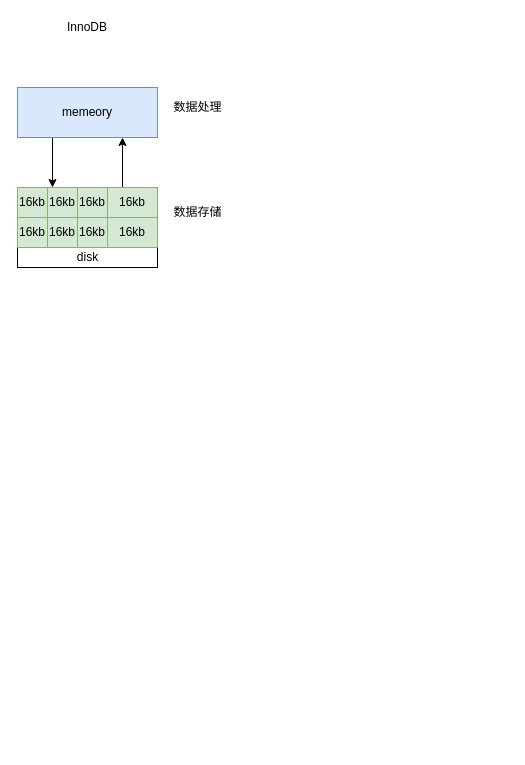
The draw.io diagram Mysql/Mysql.drawio in oliverschen/draw.io, before the edit. Source tidied: cells renumbered, new cells numbered last; positions are measured from the earlier drawing's top-left corner, leaving out a move shared by most shapes. Both pictures are drawn from the tidied source at 100%, with x=0, y=0 at pixel (17, 17).
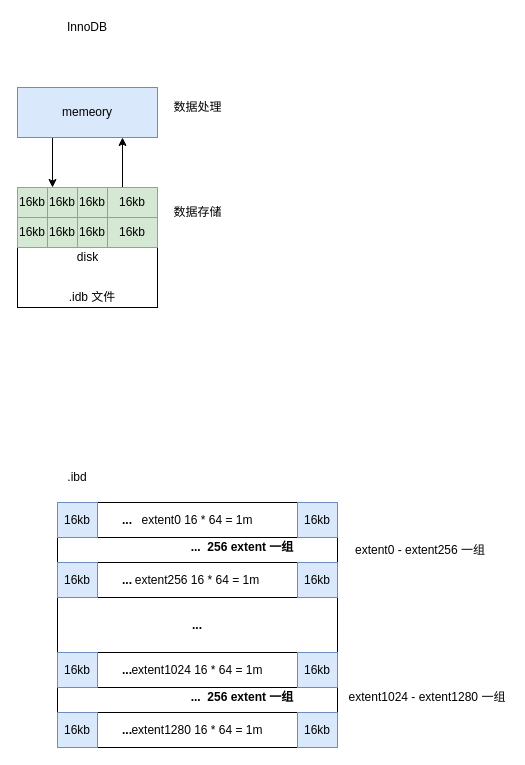
The same diagram, later.

Commit message:
MySQL表空间信息

Diff of the diagram source:
```diff
@@
     <mxCell id="7" style="rounded=0;whiteSpace=wrap;html=1;" parent="1" vertex="1">
-      <mxGeometry y="170" width="140" height="80" as="geometry" />
+      <mxGeometry y="170" width="140" height="120" as="geometry" />
     </mxCell>
@@
+    <mxCell id="18" value=".idb&amp;nbsp;文件" style="text;html=1;strokeColor=none;fillColor=none;align=center;verticalAlign=middle;whiteSpace=wrap;rounded=0;" parent="1" vertex="1">
+      <mxGeometry x="50" y="270" width="50" height="20" as="geometry" />
+    </mxCell>
+    <mxCell id="19" style="edgeStyle=orthogonalEdgeStyle;rounded=0;orthogonalLoop=1;jettySize=auto;html=1;exitX=0.5;exitY=1;exitDx=0;exitDy=0;" parent="1" edge="1" source="18" target="18">
+      <mxGeometry relative="1" as="geometry" />
+    </mxCell>
+    <mxCell id="20" style="rounded=0;whiteSpace=wrap;html=1;" parent="1" vertex="1">
+      <mxGeometry x="40" y="485" width="280" height="245" as="geometry" />
+    </mxCell>
+    <mxCell id="21" value=".ibd" style="text;html=1;strokeColor=none;fillColor=none;align=center;verticalAlign=middle;whiteSpace=wrap;rounded=0;" parent="1" vertex="1">
+      <mxGeometry x="40" y="450" width="40" height="20" as="geometry" />
+    </mxCell>
+    <mxCell id="22" value="extent0 16 * 64 = 1m" style="rounded=0;whiteSpace=wrap;html=1;" parent="1" vertex="1">
+      <mxGeometry x="40" y="485" width="280" height="35" as="geometry" />
+    </mxCell>
+    <mxCell id="23" value="16kb" style="rounded=0;whiteSpace=wrap;html=1;fillColor=#dae8fc;strokeColor=#6c8ebf;" parent="1" vertex="1">
+      <mxGeometry x="40" y="485" width="40" height="35" as="geometry" />
+    </mxCell>
+    <mxCell id="24" value="16kb" style="rounded=0;whiteSpace=wrap;html=1;fillColor=#dae8fc;strokeColor=#6c8ebf;" parent="1" vertex="1">
+      <mxGeometry x="280" y="485" width="40" height="35" as="geometry" />
+    </mxCell>
+    <mxCell id="25" value="extent256 16 * 64 = 1m" style="rounded=0;whiteSpace=wrap;html=1;" parent="1" vertex="1">
+      <mxGeometry x="40" y="545" width="280" height="35" as="geometry" />
+    </mxCell>
+    <mxCell id="26" value="16kb" style="rounded=0;whiteSpace=wrap;html=1;fillColor=#dae8fc;strokeColor=#6c8ebf;" parent="1" vertex="1">
+      <mxGeometry x="40" y="545" width="40" height="35" as="geometry" />
+    </mxCell>
+    <mxCell id="27" value="16kb" style="rounded=0;whiteSpace=wrap;html=1;fillColor=#dae8fc;strokeColor=#6c8ebf;" parent="1" vertex="1">
+      <mxGeometry x="280" y="545" width="40" height="35" as="geometry" />
+    </mxCell>
+    <mxCell id="28" value="&lt;b&gt;...&amp;nbsp; 256 extent&amp;nbsp;一组&lt;/b&gt;" style="text;html=1;strokeColor=none;fillColor=none;align=center;verticalAlign=middle;whiteSpace=wrap;rounded=0;" parent="1" vertex="1">
+      <mxGeometry x="160" y="520" width="130" height="20" as="geometry" />
+    </mxCell>
+    <mxCell id="29" value="&lt;b&gt;...&lt;/b&gt;" style="text;html=1;strokeColor=none;fillColor=none;align=center;verticalAlign=middle;whiteSpace=wrap;rounded=0;" parent="1" vertex="1">
+      <mxGeometry x="90" y="492.5" width="40" height="20" as="geometry" />
+    </mxCell>
+    <mxCell id="30" value="&lt;b&gt;...&lt;/b&gt;" style="text;html=1;strokeColor=none;fillColor=none;align=center;verticalAlign=middle;whiteSpace=wrap;rounded=0;" parent="1" vertex="1">
+      <mxGeometry x="90" y="552.5" width="40" height="20" as="geometry" />
+    </mxCell>
+    <mxCell id="31" value="extent1024 16 * 64 = 1m" style="rounded=0;whiteSpace=wrap;html=1;" parent="1" vertex="1">
+      <mxGeometry x="40" y="635" width="280" height="35" as="geometry" />
+    </mxCell>
+    <mxCell id="32" value="16kb" style="rounded=0;whiteSpace=wrap;html=1;fillColor=#dae8fc;strokeColor=#6c8ebf;" parent="1" vertex="1">
+      <mxGeometry x="40" y="635" width="40" height="35" as="geometry" />
+    </mxCell>
+    <mxCell id="33" value="16kb" style="rounded=0;whiteSpace=wrap;html=1;fillColor=#dae8fc;strokeColor=#6c8ebf;" parent="1" vertex="1">
+      <mxGeometry x="280" y="635" width="40" height="35" as="geometry" />
+    </mxCell>
+    <mxCell id="34" value="extent1280 16 * 64 = 1m" style="rounded=0;whiteSpace=wrap;html=1;" parent="1" vertex="1">
+      <mxGeometry x="40" y="695" width="280" height="35" as="geometry" />
+    </mxCell>
+    <mxCell id="35" value="16kb" style="rounded=0;whiteSpace=wrap;html=1;fillColor=#dae8fc;strokeColor=#6c8ebf;" parent="1" vertex="1">
+      <mxGeometry x="40" y="695" width="40" height="35" as="geometry" />
+    </mxCell>
+    <mxCell id="36" value="16kb" style="rounded=0;whiteSpace=wrap;html=1;fillColor=#dae8fc;strokeColor=#6c8ebf;" parent="1" vertex="1">
+      <mxGeometry x="280" y="695" width="40" height="35" as="geometry" />
+    </mxCell>
+    <mxCell id="37" value="&lt;b&gt;...&amp;nbsp; 256 extent&amp;nbsp;一组&lt;/b&gt;" style="text;html=1;strokeColor=none;fillColor=none;align=center;verticalAlign=middle;whiteSpace=wrap;rounded=0;" parent="1" vertex="1">
+      <mxGeometry x="160" y="670" width="130" height="20" as="geometry" />
+    </mxCell>
+    <mxCell id="38" value="&lt;b&gt;...&lt;/b&gt;" style="text;html=1;strokeColor=none;fillColor=none;align=center;verticalAlign=middle;whiteSpace=wrap;rounded=0;" parent="1" vertex="1">
+      <mxGeometry x="90" y="642.5" width="40" height="20" as="geometry" />
+    </mxCell>
+    <mxCell id="39" value="&lt;b&gt;...&lt;/b&gt;" style="text;html=1;strokeColor=none;fillColor=none;align=center;verticalAlign=middle;whiteSpace=wrap;rounded=0;" parent="1" vertex="1">
+      <mxGeometry x="90" y="702.5" width="40" height="20" as="geometry" />
+    </mxCell>
+    <mxCell id="40" value="&lt;b&gt;...&lt;/b&gt;" style="text;html=1;strokeColor=none;fillColor=none;align=center;verticalAlign=middle;whiteSpace=wrap;rounded=0;" parent="1" vertex="1">
+      <mxGeometry x="160" y="597.5" width="40" height="20" as="geometry" />
+    </mxCell>
+    <mxCell id="41" value="extent0 - extent256&amp;nbsp;一组" style="text;html=1;strokeColor=none;fillColor=none;align=center;verticalAlign=middle;whiteSpace=wrap;rounded=0;" parent="1" vertex="1">
+      <mxGeometry x="330" y="512.5" width="146" height="40" as="geometry" />
+    </mxCell>
+    <mxCell id="42" value="extent1024 - extent1280 一组" style="text;html=1;strokeColor=none;fillColor=none;align=center;verticalAlign=middle;whiteSpace=wrap;rounded=0;" parent="1" vertex="1">
+      <mxGeometry x="330" y="660" width="160" height="40" as="geometry" />
+    </mxCell>
```
